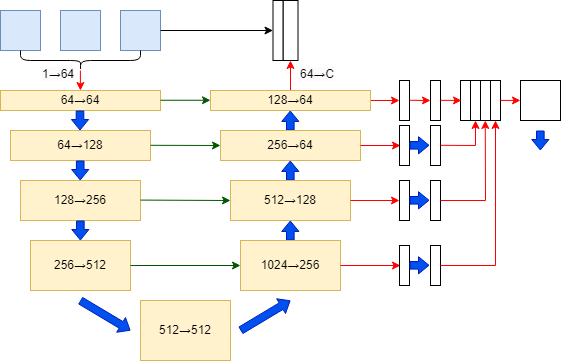
Earlier version of the draw.io export test.drawio.png (DemonH-p/self-study). Source tidied: cells renumbered, new cells last; positions are measured from the earlier drawing's top-left corner, leaving out a move shared by most shapes.
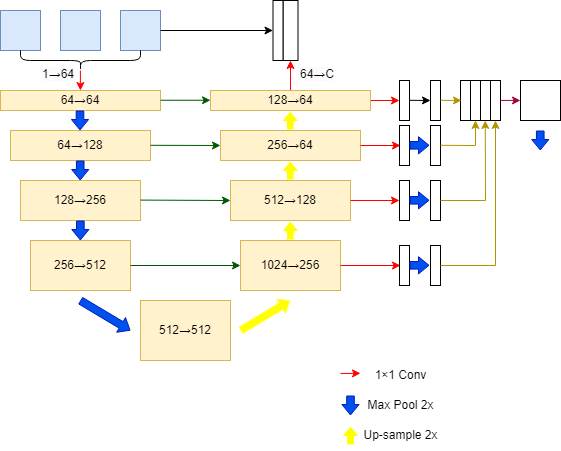
Above is the later version.

Change to the diagram source:
```diff
@@ -71,7 +71,7 @@
     <mxCell id="15" value="512→512" style="rounded=0;whiteSpace=wrap;html=1;fillColor=#fff2cc;strokeColor=#d6b656;" parent="1" vertex="1">
       <mxGeometry x="140" y="300" width="90" height="60" as="geometry" />
     </mxCell>
-    <mxCell id="16" style="shape=flexArrow;endArrow=classic;html=1;rounded=0;fillColor=#0050ef;strokeColor=#001DBC;endWidth=8.571428571428571;endSize=3.157142857142857;width=7.619047619047619;" parent="1" edge="1">
+    <mxCell id="16" style="shape=flexArrow;endArrow=classic;html=1;rounded=0;fillColor=#FFFF00;strokeColor=#FFFFFF;endWidth=8.571428571428571;endSize=3.157142857142857;width=7.619047619047619;" parent="1" edge="1">
       <mxGeometry relative="1" as="geometry">
         <mxPoint x="289.8" y="130" as="sourcePoint" />
         <mxPoint x="289.8" y="110" as="targetPoint" />
@@ -80,7 +80,7 @@
         </Array>
       </mxGeometry>
     </mxCell>
-    <mxCell id="17" style="shape=flexArrow;endArrow=classic;html=1;rounded=0;fillColor=#0050ef;strokeColor=#001DBC;endWidth=8.571428571428571;endSize=3.157142857142857;width=7.619047619047619;" parent="1" edge="1">
+    <mxCell id="17" style="shape=flexArrow;endArrow=classic;html=1;rounded=0;fillColor=#ffff00;strokeColor=#FFFFFF;endWidth=8.571428571428571;endSize=3.157142857142857;width=7.619047619047619;gradientColor=none;" parent="1" edge="1">
       <mxGeometry relative="1" as="geometry">
         <mxPoint x="289.8" y="240" as="sourcePoint" />
         <mxPoint x="289.8" y="220" as="targetPoint" />
@@ -89,7 +89,7 @@
         </Array>
       </mxGeometry>
     </mxCell>
-    <mxCell id="18" style="shape=flexArrow;endArrow=classic;html=1;rounded=0;fillColor=#0050ef;strokeColor=#001DBC;endWidth=8.571428571428571;endSize=3.157142857142857;width=7.619047619047619;" parent="1" edge="1">
+    <mxCell id="18" style="shape=flexArrow;endArrow=classic;html=1;rounded=0;fillColor=#FFFF00;strokeColor=#FFFFFF;endWidth=8.571428571428571;endSize=3.157142857142857;width=7.619047619047619;" parent="1" edge="1">
       <mxGeometry relative="1" as="geometry">
         <mxPoint x="289.8" y="180" as="sourcePoint" />
         <mxPoint x="289.8" y="160" as="targetPoint" />
@@ -144,7 +144,7 @@
     <mxCell id="30" value="256→64" style="rounded=0;whiteSpace=wrap;html=1;fillColor=#fff2cc;strokeColor=#d6b656;" parent="1" vertex="1">
       <mxGeometry x="220" y="130" width="140" height="30" as="geometry" />
     </mxCell>
-    <mxCell id="31" style="shape=flexArrow;endArrow=classic;html=1;rounded=0;fillColor=#0050ef;strokeColor=#001DBC;endWidth=8.571428571428571;endSize=3.157142857142857;width=7.619047619047619;" parent="1" edge="1">
+    <mxCell id="31" style="shape=flexArrow;endArrow=classic;html=1;rounded=0;fillColor=#FFFF00;strokeColor=#FFFF66;endWidth=8.571428571428571;endSize=3.157142857142857;width=7.619047619047619;" parent="1" edge="1">
       <mxGeometry relative="1" as="geometry">
         <mxPoint x="240" y="330" as="sourcePoint" />
         <mxPoint x="290" y="300" as="targetPoint" />
@@ -223,7 +223,7 @@
     <mxCell id="46" style="rounded=0;whiteSpace=wrap;html=1;" parent="1" vertex="1">
       <mxGeometry x="430" y="80" width="10" height="40" as="geometry" />
     </mxCell>
-    <mxCell id="47" style="endArrow=classic;html=1;rounded=0;fillColor=#e51400;strokeColor=#ff0000;" parent="1" edge="1">
+    <mxCell id="47" style="endArrow=classic;html=1;rounded=0;fillColor=#e51400;strokeColor=#000000;" parent="1" edge="1">
       <mxGeometry relative="1" as="geometry">
         <mxPoint x="409" y="99.8" as="sourcePoint" />
         <mxPoint x="430" y="100" as="targetPoint" />
@@ -241,13 +241,13 @@
     <mxCell id="51" style="rounded=0;whiteSpace=wrap;html=1;" parent="1" vertex="1">
       <mxGeometry x="490" y="80" width="10" height="40" as="geometry" />
     </mxCell>
-    <mxCell id="52" style="endArrow=classic;html=1;rounded=0;fillColor=#e51400;strokeColor=#ff0000;" parent="1" edge="1">
+    <mxCell id="52" style="endArrow=classic;html=1;rounded=0;fillColor=#e3c800;strokeColor=#B09500;" parent="1" edge="1">
       <mxGeometry relative="1" as="geometry">
         <mxPoint x="440" y="99.8" as="sourcePoint" />
         <mxPoint x="461" y="100" as="targetPoint" />
       </mxGeometry>
     </mxCell>
-    <mxCell id="53" style="endArrow=classic;html=1;rounded=0;fillColor=#e51400;strokeColor=#ff0000;entryX=0.5;entryY=1;entryDx=0;entryDy=0;" parent="1" edge="1" target="49">
+    <mxCell id="53" style="endArrow=classic;html=1;rounded=0;fillColor=#e3c800;strokeColor=#B09500;entryX=0.5;entryY=1;entryDx=0;entryDy=0;" parent="1" edge="1" target="49">
       <mxGeometry relative="1" as="geometry">
         <mxPoint x="440" y="144.8" as="sourcePoint" />
         <Array as="points">
@@ -255,21 +255,21 @@
         </Array>
       </mxGeometry>
     </mxCell>
-    <mxCell id="54" style="endArrow=classic;html=1;rounded=0;fillColor=#e51400;strokeColor=#ff0000;entryX=0.477;entryY=1;entryDx=0;entryDy=0;entryPerimeter=0;exitX=1;exitY=0.5;exitDx=0;exitDy=0;" parent="1" edge="1" source="43" target="50">
+    <mxCell id="54" style="endArrow=classic;html=1;rounded=0;fillColor=#e3c800;strokeColor=#B09500;entryX=0.477;entryY=1;entryDx=0;entryDy=0;entryPerimeter=0;exitX=1;exitY=0.5;exitDx=0;exitDy=0;" parent="1" edge="1" source="43" target="50">
       <mxGeometry relative="1" as="geometry">
         <Array as="points">
           <mxPoint x="485" y="200" />
         </Array>
       </mxGeometry>
     </mxCell>
-    <mxCell id="55" style="endArrow=classic;html=1;rounded=0;fillColor=#e51400;strokeColor=#ff0000;entryX=0.5;entryY=1;entryDx=0;entryDy=0;exitX=1;exitY=0.5;exitDx=0;exitDy=0;" parent="1" edge="1" source="45" target="51">
+    <mxCell id="55" style="endArrow=classic;html=1;rounded=0;fillColor=#e3c800;strokeColor=#B09500;entryX=0.5;entryY=1;entryDx=0;entryDy=0;exitX=1;exitY=0.5;exitDx=0;exitDy=0;" parent="1" edge="1" source="45" target="51">
       <mxGeometry relative="1" as="geometry">
         <Array as="points">
           <mxPoint x="495" y="265" />
         </Array>
       </mxGeometry>
     </mxCell>
-    <mxCell id="56" style="endArrow=classic;html=1;rounded=0;fillColor=#e51400;strokeColor=#ff0000;" parent="1" edge="1" target="57">
+    <mxCell id="56" style="endArrow=classic;html=1;rounded=0;fillColor=#d80073;strokeColor=#A50040;" parent="1" edge="1" target="57">
       <mxGeometry relative="1" as="geometry">
         <mxPoint x="500" y="99.9" as="sourcePoint" />
       </mxGeometry>
@@ -292,5 +292,38 @@
     <mxCell id="60" value="&lt;span style=&quot;color: rgb(0, 0, 0); font-family: Helvetica; font-size: 12px; font-style: normal; font-variant-ligatures: normal; font-variant-caps: normal; font-weight: 400; letter-spacing: normal; orphans: 2; text-align: center; text-indent: 0px; text-transform: none; widows: 2; word-spacing: 0px; -webkit-text-stroke-width: 0px; background-color: rgb(251, 251, 251); text-decoration-thickness: initial; text-decoration-style: initial; text-decoration-color: initial; float: none; display: inline !important;&quot;&gt;64→C&lt;/span&gt;" style="text;whiteSpace=wrap;html=1;" parent="1" vertex="1">
       <mxGeometry x="297.5" y="60" width="40" height="20" as="geometry" />
     </mxCell>
+    <mxCell id="61" style="endArrow=classic;html=1;rounded=0;fillColor=#e51400;strokeColor=#ff0000;" parent="1" edge="1">
+      <mxGeometry relative="1" as="geometry">
+        <mxPoint x="340" y="373" as="sourcePoint" />
+        <mxPoint x="360" y="372.8" as="targetPoint" />
+      </mxGeometry>
+    </mxCell>
+    <mxCell id="62" value="1×1 Conv" style="text;html=1;align=center;verticalAlign=middle;strokeColor=none;fillColor=none;" parent="1" vertex="1">
+      <mxGeometry x="360" y="360" width="80" height="30" as="geometry" />
+    </mxCell>
+    <mxCell id="63" style="shape=flexArrow;endArrow=classic;html=1;rounded=0;fillColor=#0050ef;strokeColor=#001DBC;endWidth=8.571428571428571;endSize=3.157142857142857;width=7.619047619047619;" parent="1" edge="1">
+      <mxGeometry relative="1" as="geometry">
+        <mxPoint x="350" y="395" as="sourcePoint" />
+        <mxPoint x="350" y="415" as="targetPoint" />
+        <Array as="points">
+          <mxPoint x="350" y="395" />
+        </Array>
+      </mxGeometry>
+    </mxCell>
+    <mxCell id="64" value="Max Pool 2x" style="text;html=1;align=center;verticalAlign=middle;strokeColor=none;fillColor=none;" parent="1" vertex="1">
+      <mxGeometry x="355" y="390" width="90" height="30" as="geometry" />
+    </mxCell>
+    <mxCell id="65" style="shape=flexArrow;endArrow=classic;html=1;rounded=0;fillColor=#FFFF00;strokeColor=#FFFFFF;endWidth=8.571428571428571;endSize=3.157142857142857;width=7.619047619047619;" parent="1" edge="1">
+      <mxGeometry relative="1" as="geometry">
+        <mxPoint x="350" y="445" as="sourcePoint" />
+        <mxPoint x="350" y="425" as="targetPoint" />
+        <Array as="points">
+          <mxPoint x="350" y="445" />
+        </Array>
+      </mxGeometry>
+    </mxCell>
+    <mxCell id="66" value="Up-sample 2x" style="text;html=1;align=center;verticalAlign=middle;strokeColor=none;fillColor=none;" parent="1" vertex="1">
+      <mxGeometry x="350" y="420" width="100" height="30" as="geometry" />
+    </mxCell>
   </root>
 </mxGraphModel>
```
